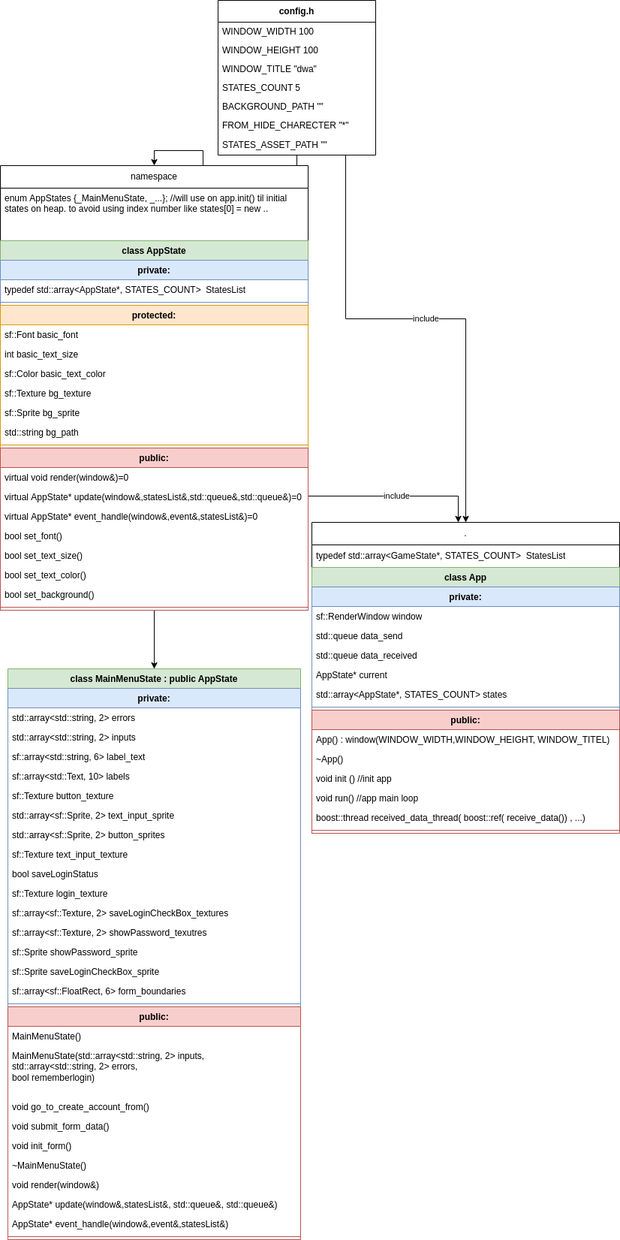
turnaduw/fluffyMultiplayer keeps this draw.io diagram as docs/uml/main-client/main-client-uml-light.png. Above is the earlier version. Source tidied: cells renumbered, new cells last; positions are measured from the earlier drawing's top-left corner, leaving out a move shared by most shapes.
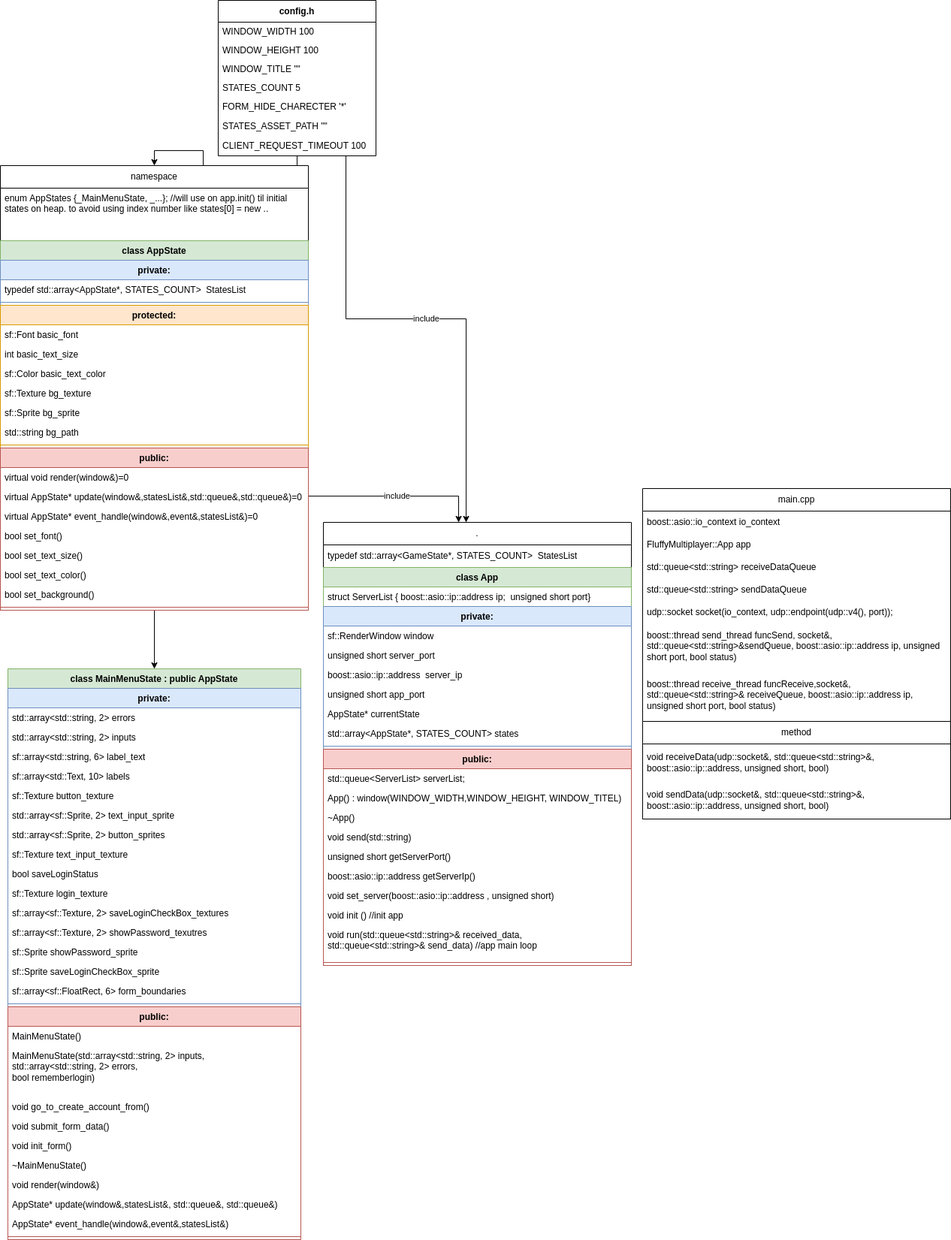
Later version of the same file.

Commit message:
doc: main-client uml updated.

Diff of the diagram source:
```diff
@@ -14,7 +14,7 @@
       <mxGeometry relative="1" as="geometry" />
     </mxCell>
     <mxCell id="4" value="config.h" style="swimlane;fontStyle=1;align=center;verticalAlign=middle;horizontal=1;startSize=29;html=1;whiteSpace=wrap;" parent="1" vertex="1">
-      <mxGeometry x="290" width="210" height="206" as="geometry" />
+      <mxGeometry x="290" width="210" height="207" as="geometry" />
     </mxCell>
     <mxCell id="5" value="WINDOW_WIDTH 100" style="text;html=1;strokeColor=none;fillColor=none;align=left;verticalAlign=middle;spacingLeft=4;spacingRight=4;overflow=hidden;whiteSpace=wrap;" parent="4" vertex="1">
       <mxGeometry y="29" width="210" height="25" as="geometry" />
@@ -22,20 +22,20 @@
     <mxCell id="6" value="WINDOW_HEIGHT 100" style="text;html=1;strokeColor=none;fillColor=none;align=left;verticalAlign=middle;spacingLeft=4;spacingRight=4;overflow=hidden;whiteSpace=wrap;" parent="4" vertex="1">
       <mxGeometry y="54" width="210" height="25" as="geometry" />
     </mxCell>
-    <mxCell id="7" value="WINDOW_TITLE &quot;dwa&quot;" style="text;html=1;strokeColor=none;fillColor=none;align=left;verticalAlign=middle;spacingLeft=4;spacingRight=4;overflow=hidden;whiteSpace=wrap;" parent="4" vertex="1">
+    <mxCell id="7" value="WINDOW_TITLE &quot;&quot;" style="text;html=1;strokeColor=none;fillColor=none;align=left;verticalAlign=middle;spacingLeft=4;spacingRight=4;overflow=hidden;whiteSpace=wrap;" parent="4" vertex="1">
       <mxGeometry y="79" width="210" height="25" as="geometry" />
     </mxCell>
     <mxCell id="8" value="STATES_COUNT 5" style="text;html=1;strokeColor=none;fillColor=none;align=left;verticalAlign=middle;spacingLeft=4;spacingRight=4;overflow=hidden;whiteSpace=wrap;" parent="4" vertex="1">
       <mxGeometry y="104" width="210" height="25" as="geometry" />
     </mxCell>
-    <mxCell id="9" value="BACKGROUND_PATH &quot;&quot;" style="text;html=1;strokeColor=none;fillColor=none;align=left;verticalAlign=middle;spacingLeft=4;spacingRight=4;overflow=hidden;whiteSpace=wrap;" parent="4" vertex="1">
-      <mxGeometry y="129" width="210" height="25" as="geometry" />
-    </mxCell>
-    <mxCell id="10" value="FROM_HIDE_CHARECTER &quot;*&quot;" style="text;html=1;strokeColor=none;fillColor=none;align=left;verticalAlign=middle;spacingLeft=4;spacingRight=4;overflow=hidden;whiteSpace=wrap;" parent="4" vertex="1">
-      <mxGeometry y="154" width="210" height="26" as="geometry" />
+    <mxCell id="10" value="FORM_HIDE_CHARECTER '*'" style="text;html=1;strokeColor=none;fillColor=none;align=left;verticalAlign=middle;spacingLeft=4;spacingRight=4;overflow=hidden;whiteSpace=wrap;" parent="4" vertex="1">
+      <mxGeometry y="129" width="210" height="26" as="geometry" />
     </mxCell>
+    <mxCell id="83" value="STATES_ASSET_PATH &quot;&quot;" style="text;html=1;strokeColor=none;fillColor=none;align=left;verticalAlign=middle;spacingLeft=4;spacingRight=4;overflow=hidden;whiteSpace=wrap;" parent="4" vertex="1">
+      <mxGeometry y="155" width="210" height="26" as="geometry" />
+    </mxCell>
-    <mxCell id="11" value="STATES_ASSET_PATH &quot;&quot;" style="text;html=1;strokeColor=none;fillColor=none;align=left;verticalAlign=middle;spacingLeft=4;spacingRight=4;overflow=hidden;whiteSpace=wrap;" parent="4" vertex="1">
-      <mxGeometry y="180" width="210" height="26" as="geometry" />
+    <mxCell id="11" value="CLIENT_REQUEST_TIMEOUT 100" style="text;html=1;strokeColor=none;fillColor=none;align=left;verticalAlign=middle;spacingLeft=4;spacingRight=4;overflow=hidden;whiteSpace=wrap;" parent="4" vertex="1">
+      <mxGeometry y="181" width="210" height="26" as="geometry" />
     </mxCell>
     <mxCell id="12" style="edgeStyle=orthogonalEdgeStyle;rounded=0;jettySize=auto;html=1;" parent="1" edge="1" source="45" target="13">
       <mxGeometry relative="1" as="geometry" />
@@ -205,55 +205,106 @@
       <mxGeometry y="208" width="410" height="8" as="geometry" />
     </mxCell>
     <mxCell id="66" value="." style="swimlane;fontStyle=0;horizontal=1;startSize=30;whiteSpace=wrap;html=1;" parent="1" vertex="1">
-      <mxGeometry x="415" y="695" width="410" height="414" as="geometry" />
+      <mxGeometry x="430" y="695" width="410" height="590" as="geometry" />
     </mxCell>
     <mxCell id="67" value="typedef std::array&amp;lt;GameState*, STATES_COUNT&amp;gt;&amp;nbsp; StatesList" style="text;strokeColor=none;fillColor=none;align=left;verticalAlign=middle;spacingLeft=4;spacingRight=4;overflow=hidden;whiteSpace=wrap;html=1;" parent="66" vertex="1">
       <mxGeometry y="30" width="410" height="30" as="geometry" />
     </mxCell>
     <mxCell id="68" value="class App" style="swimlane;fontStyle=1;align=center;verticalAlign=top;horizontal=1;startSize=26;whiteSpace=wrap;html=1;fillColor=#d5e8d4;strokeColor=#82b366;" parent="66" vertex="1">
-      <mxGeometry y="60" width="410" height="354" as="geometry" />
+      <mxGeometry y="60" width="410" height="530" as="geometry" />
     </mxCell>
+    <mxCell id="84" value="struct ServerList { boost::asio::ip::address ip;&amp;nbsp; unsigned short port}" style="text;strokeColor=none;fillColor=none;align=left;verticalAlign=top;spacingLeft=4;spacingRight=4;overflow=hidden;whiteSpace=wrap;html=1;" parent="68" vertex="1">
+      <mxGeometry y="26" width="410" height="26" as="geometry" />
+    </mxCell>
     <mxCell id="69" value="private:" style="swimlane;fontStyle=1;align=center;verticalAlign=top;horizontal=1;startSize=26;whiteSpace=wrap;html=1;fillColor=#dae8fc;strokeColor=#6c8ebf;" parent="68" vertex="1">
-      <mxGeometry y="26" width="410" height="164" as="geometry" />
+      <mxGeometry y="52" width="410" height="190" as="geometry" />
     </mxCell>
     <mxCell id="70" value="sf::RenderWindow window" style="text;strokeColor=none;fillColor=none;align=left;verticalAlign=top;spacingLeft=4;spacingRight=4;overflow=hidden;whiteSpace=wrap;html=1;" parent="69" vertex="1">
       <mxGeometry y="26" width="410" height="26" as="geometry" />
     </mxCell>
-    <mxCell id="71" value="std::queue data_send" style="text;strokeColor=none;fillColor=none;align=left;verticalAlign=top;spacingLeft=4;spacingRight=4;overflow=hidden;whiteSpace=wrap;html=1;" parent="69" vertex="1">
-      <mxGeometry y="52" width="410" height="26" as="geometry" />
-    </mxCell>
-    <mxCell id="72" value="std::queue data_received" style="text;strokeColor=none;fillColor=none;align=left;verticalAlign=top;spacingLeft=4;spacingRight=4;overflow=hidden;whiteSpace=wrap;html=1;" parent="69" vertex="1">
-      <mxGeometry y="78" width="410" height="26" as="geometry" />
-    </mxCell>
+    <mxCell id="85" value="unsigned short server_port" style="text;strokeColor=none;fillColor=none;align=left;verticalAlign=top;spacingLeft=4;spacingRight=4;overflow=hidden;whiteSpace=wrap;html=1;" parent="69" vertex="1">
+      <mxGeometry y="52" width="410" height="26" as="geometry" />
+    </mxCell>
+    <mxCell id="86" value="boost::asio::ip::address&amp;nbsp; server_ip" style="text;strokeColor=none;fillColor=none;align=left;verticalAlign=top;spacingLeft=4;spacingRight=4;overflow=hidden;whiteSpace=wrap;html=1;" parent="69" vertex="1">
+      <mxGeometry y="78" width="410" height="26" as="geometry" />
+    </mxCell>
+    <mxCell id="87" value="unsigned short app_port" style="text;strokeColor=none;fillColor=none;align=left;verticalAlign=top;spacingLeft=4;spacingRight=4;overflow=hidden;whiteSpace=wrap;html=1;" parent="69" vertex="1">
+      <mxGeometry y="104" width="410" height="26" as="geometry" />
+    </mxCell>
-    <mxCell id="73" value="AppState* current" style="text;strokeColor=none;fillColor=none;align=left;verticalAlign=top;spacingLeft=4;spacingRight=4;overflow=hidden;whiteSpace=wrap;html=1;" parent="69" vertex="1">
-      <mxGeometry y="104" width="410" height="26" as="geometry" />
+    <mxCell id="73" value="AppState* currentState" style="text;strokeColor=none;fillColor=none;align=left;verticalAlign=top;spacingLeft=4;spacingRight=4;overflow=hidden;whiteSpace=wrap;html=1;" parent="69" vertex="1">
+      <mxGeometry y="130" width="410" height="26" as="geometry" />
     </mxCell>
     <mxCell id="74" value="std::array&amp;lt;AppState*, STATES_COUNT&amp;gt; states" style="text;strokeColor=none;fillColor=none;align=left;verticalAlign=top;spacingLeft=4;spacingRight=4;overflow=hidden;whiteSpace=wrap;html=1;" parent="69" vertex="1">
-      <mxGeometry y="130" width="410" height="26" as="geometry" />
+      <mxGeometry y="156" width="410" height="26" as="geometry" />
     </mxCell>
     <mxCell id="75" style="line;strokeWidth=1;fillColor=none;align=left;verticalAlign=middle;spacingTop=-1;spacingLeft=3;spacingRight=3;labelPosition=right;strokeColor=inherit;" parent="69" vertex="1">
-      <mxGeometry y="156" width="410" height="8" as="geometry" />
+      <mxGeometry y="182" width="410" height="8" as="geometry" />
     </mxCell>
     <mxCell id="76" value="public:" style="swimlane;fontStyle=1;align=center;verticalAlign=top;horizontal=1;startSize=26;whiteSpace=wrap;html=1;fillColor=#f8cecc;strokeColor=#b85450;" parent="68" vertex="1">
-      <mxGeometry y="190" width="410" height="164" as="geometry" />
+      <mxGeometry y="242" width="410" height="288" as="geometry" />
     </mxCell>
+    <mxCell id="88" value="std::queue&amp;lt;ServerList&amp;gt; serverList;" style="text;strokeColor=none;fillColor=none;align=left;verticalAlign=top;spacingLeft=4;spacingRight=4;overflow=hidden;whiteSpace=wrap;html=1;" parent="76" vertex="1">
+      <mxGeometry y="26" width="410" height="26" as="geometry" />
+    </mxCell>
     <mxCell id="77" value="App() : window(WINDOW_WIDTH,WINDOW_HEIGHT, WINDOW_TITEL)" style="text;strokeColor=none;fillColor=none;align=left;verticalAlign=top;spacingLeft=4;spacingRight=4;overflow=hidden;whiteSpace=wrap;html=1;" parent="76" vertex="1">
-      <mxGeometry y="26" width="410" height="26" as="geometry" />
+      <mxGeometry y="52" width="410" height="26" as="geometry" />
     </mxCell>
     <mxCell id="78" value="~App()" style="text;strokeColor=none;fillColor=none;align=left;verticalAlign=top;spacingLeft=4;spacingRight=4;overflow=hidden;whiteSpace=wrap;html=1;" parent="76" vertex="1">
-      <mxGeometry y="52" width="410" height="26" as="geometry" />
+      <mxGeometry y="78" width="410" height="26" as="geometry" />
     </mxCell>
+    <mxCell id="89" value="void send(std::string)" style="text;strokeColor=none;fillColor=none;align=left;verticalAlign=top;spacingLeft=4;spacingRight=4;overflow=hidden;whiteSpace=wrap;html=1;" parent="76" vertex="1">
+      <mxGeometry y="104" width="410" height="26" as="geometry" />
+    </mxCell>
+    <mxCell id="90" value="unsigned short getServerPort()" style="text;strokeColor=none;fillColor=none;align=left;verticalAlign=top;spacingLeft=4;spacingRight=4;overflow=hidden;whiteSpace=wrap;html=1;" parent="76" vertex="1">
+      <mxGeometry y="130" width="410" height="26" as="geometry" />
+    </mxCell>
+    <mxCell id="91" value="boost::asio::ip::address getServerIp()" style="text;strokeColor=none;fillColor=none;align=left;verticalAlign=top;spacingLeft=4;spacingRight=4;overflow=hidden;whiteSpace=wrap;html=1;" parent="76" vertex="1">
+      <mxGeometry y="156" width="410" height="26" as="geometry" />
+    </mxCell>
+    <mxCell id="92" value="void set_server(boost::asio::ip::address , unsigned short)" style="text;strokeColor=none;fillColor=none;align=left;verticalAlign=top;spacingLeft=4;spacingRight=4;overflow=hidden;whiteSpace=wrap;html=1;" parent="76" vertex="1">
+      <mxGeometry y="182" width="410" height="26" as="geometry" />
+    </mxCell>
     <mxCell id="79" value="void init () //init app" style="text;strokeColor=none;fillColor=none;align=left;verticalAlign=top;spacingLeft=4;spacingRight=4;overflow=hidden;whiteSpace=wrap;html=1;" parent="76" vertex="1">
-      <mxGeometry y="78" width="410" height="26" as="geometry" />
+      <mxGeometry y="208" width="410" height="26" as="geometry" />
     </mxCell>
-    <mxCell id="80" value="void run() //app main loop" style="text;strokeColor=none;fillColor=none;align=left;verticalAlign=top;spacingLeft=4;spacingRight=4;overflow=hidden;whiteSpace=wrap;html=1;" parent="76" vertex="1">
-      <mxGeometry y="104" width="410" height="26" as="geometry" />
+    <mxCell id="80" value="void run(std::queue&amp;lt;std::string&amp;gt;&amp;amp; received_data,&lt;br&gt;std::queue&amp;lt;std::string&amp;gt;&amp;amp; send_data) //app main loop" style="text;strokeColor=none;fillColor=none;align=left;verticalAlign=top;spacingLeft=4;spacingRight=4;overflow=hidden;whiteSpace=wrap;html=1;" parent="76" vertex="1">
+      <mxGeometry y="234" width="410" height="46" as="geometry" />
     </mxCell>
-    <mxCell id="81" value="boost::thread received_data_thread( boost::ref( receive_data()) , ...)" style="text;strokeColor=none;fillColor=none;align=left;verticalAlign=top;spacingLeft=4;spacingRight=4;overflow=hidden;whiteSpace=wrap;html=1;" parent="76" vertex="1">
-      <mxGeometry y="130" width="410" height="26" as="geometry" />
-    </mxCell>
     <mxCell id="82" style="line;strokeWidth=1;fillColor=none;align=left;verticalAlign=middle;spacingTop=-1;spacingLeft=3;spacingRight=3;labelPosition=right;strokeColor=inherit;" parent="76" vertex="1">
-      <mxGeometry y="156" width="410" height="8" as="geometry" />
+      <mxGeometry y="280" width="410" height="8" as="geometry" />
     </mxCell>
+    <mxCell id="93" value="main.cpp" style="swimlane;fontStyle=0;horizontal=1;startSize=30;whiteSpace=wrap;html=1;" parent="1" vertex="1">
+      <mxGeometry x="855" y="650" width="410" height="440" as="geometry" />
+    </mxCell>
+    <mxCell id="94" value="boost::asio::io_context io_context" style="text;strokeColor=none;fillColor=none;align=left;verticalAlign=middle;spacingLeft=4;spacingRight=4;overflow=hidden;whiteSpace=wrap;html=1;" parent="93" vertex="1">
+      <mxGeometry y="30" width="410" height="30" as="geometry" />
+    </mxCell>
+    <mxCell id="95" value="FluffyMultiplayer::App app" style="text;strokeColor=none;fillColor=none;align=left;verticalAlign=middle;spacingLeft=4;spacingRight=4;overflow=hidden;whiteSpace=wrap;html=1;" parent="93" vertex="1">
+      <mxGeometry y="60" width="410" height="30" as="geometry" />
+    </mxCell>
+    <mxCell id="96" value="std::queue&amp;lt;std::string&amp;gt; receiveDataQueue" style="text;strokeColor=none;fillColor=none;align=left;verticalAlign=middle;spacingLeft=4;spacingRight=4;overflow=hidden;whiteSpace=wrap;html=1;" parent="93" vertex="1">
+      <mxGeometry y="90" width="410" height="30" as="geometry" />
+    </mxCell>
+    <mxCell id="97" value="std::queue&amp;lt;std::string&amp;gt; sendDataQueue" style="text;strokeColor=none;fillColor=none;align=left;verticalAlign=middle;spacingLeft=4;spacingRight=4;overflow=hidden;whiteSpace=wrap;html=1;" parent="93" vertex="1">
+      <mxGeometry y="120" width="410" height="30" as="geometry" />
+    </mxCell>
+    <mxCell id="98" value="&lt;div&gt;udp::socket socket(io_context, udp::endpoint(udp::v4(), port));&lt;/div&gt;" style="text;strokeColor=none;fillColor=none;align=left;verticalAlign=middle;spacingLeft=4;spacingRight=4;overflow=hidden;whiteSpace=wrap;html=1;" parent="93" vertex="1">
+      <mxGeometry y="150" width="410" height="30" as="geometry" />
+    </mxCell>
+    <mxCell id="99" value="&lt;div&gt;boost::thread send_thread funcSend, socket&amp;amp;, std::queue&amp;lt;std::string&amp;gt;&amp;amp;sendQueue, boost::asio::ip::address ip, unsigned short port, bool status)&lt;/div&gt;" style="text;strokeColor=none;fillColor=none;align=left;verticalAlign=middle;spacingLeft=4;spacingRight=4;overflow=hidden;whiteSpace=wrap;html=1;" parent="93" vertex="1">
+      <mxGeometry y="180" width="410" height="60" as="geometry" />
+    </mxCell>
+    <mxCell id="100" value="&lt;div&gt;boost::thread receive_thread funcReceive,socket&amp;amp;, std::queue&amp;lt;std::string&amp;gt;&amp;amp; receiveQueue, boost::asio::ip::address ip, unsigned short port, bool status)&lt;/div&gt;" style="text;strokeColor=none;fillColor=none;align=left;verticalAlign=middle;spacingLeft=4;spacingRight=4;overflow=hidden;whiteSpace=wrap;html=1;" parent="93" vertex="1">
+      <mxGeometry y="240" width="410" height="70" as="geometry" />
+    </mxCell>
+    <mxCell id="101" value="method" style="swimlane;fontStyle=0;horizontal=1;startSize=30;whiteSpace=wrap;html=1;" parent="93" vertex="1">
+      <mxGeometry y="310" width="410" height="130" as="geometry" />
+    </mxCell>
+    <mxCell id="102" value="void&amp;nbsp;receiveData(udp::socket&amp;amp;, std::queue&amp;lt;std::string&amp;gt;&amp;amp;, boost::asio::ip::address, unsigned short, bool)" style="text;strokeColor=none;fillColor=none;align=left;verticalAlign=middle;spacingLeft=4;spacingRight=4;overflow=hidden;whiteSpace=wrap;html=1;" parent="101" vertex="1">
+      <mxGeometry y="30" width="410" height="50" as="geometry" />
+    </mxCell>
+    <mxCell id="103" value="void sendData(udp::socket&amp;amp;, std::queue&amp;lt;std::string&amp;gt;&amp;amp;, boost::asio::ip::address, unsigned short, bool)" style="text;strokeColor=none;fillColor=none;align=left;verticalAlign=middle;spacingLeft=4;spacingRight=4;overflow=hidden;whiteSpace=wrap;html=1;" parent="101" vertex="1">
+      <mxGeometry y="80" width="410" height="50" as="geometry" />
+    </mxCell>
   </root>
 </mxGraphModel>
```
